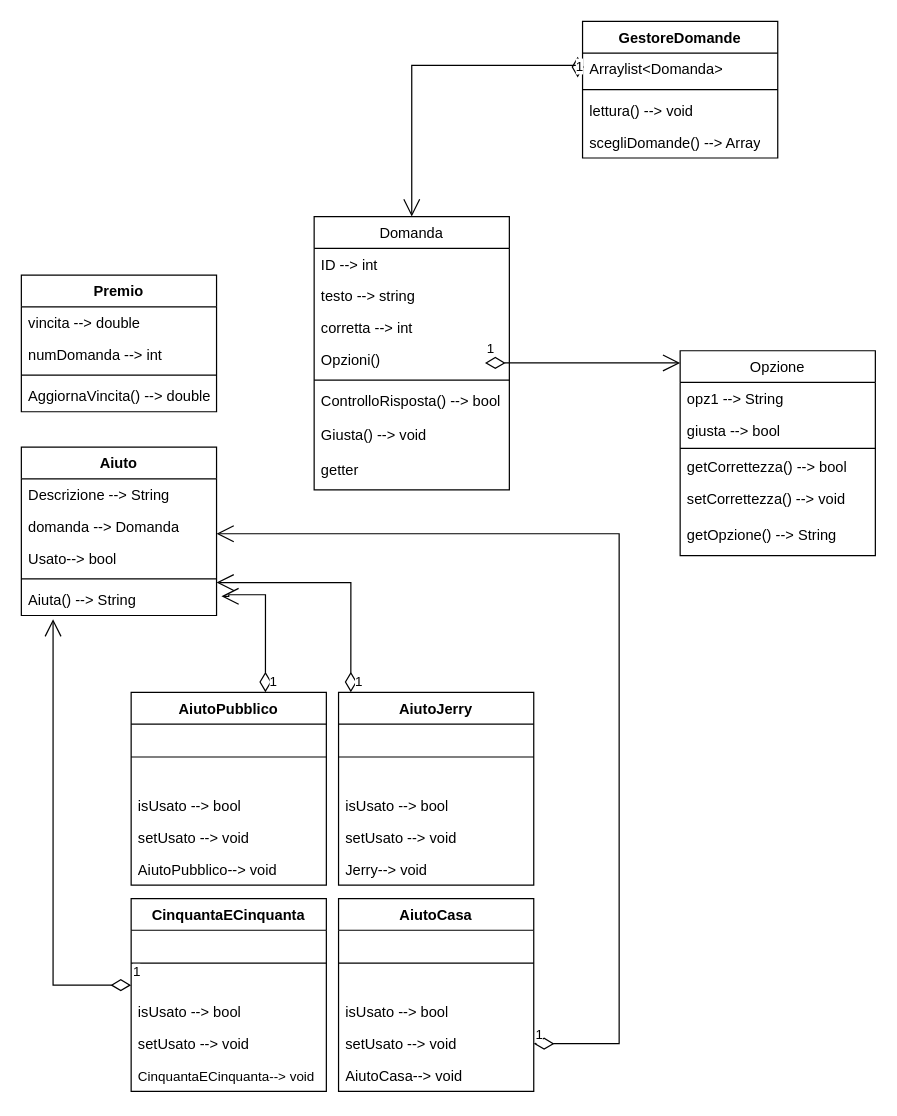
The draw.io diagram Diagramma delle classi.drawio in FilloCaprari/Progetto-Info, before the edit. Source tidied: cells renumbered, new cells numbered last; positions are measured from the earlier drawing's top-left corner, leaving out a move shared by most shapes. Both pictures are drawn from the tidied source at 122%, with x=0, y=0 at pixel (21, 21).
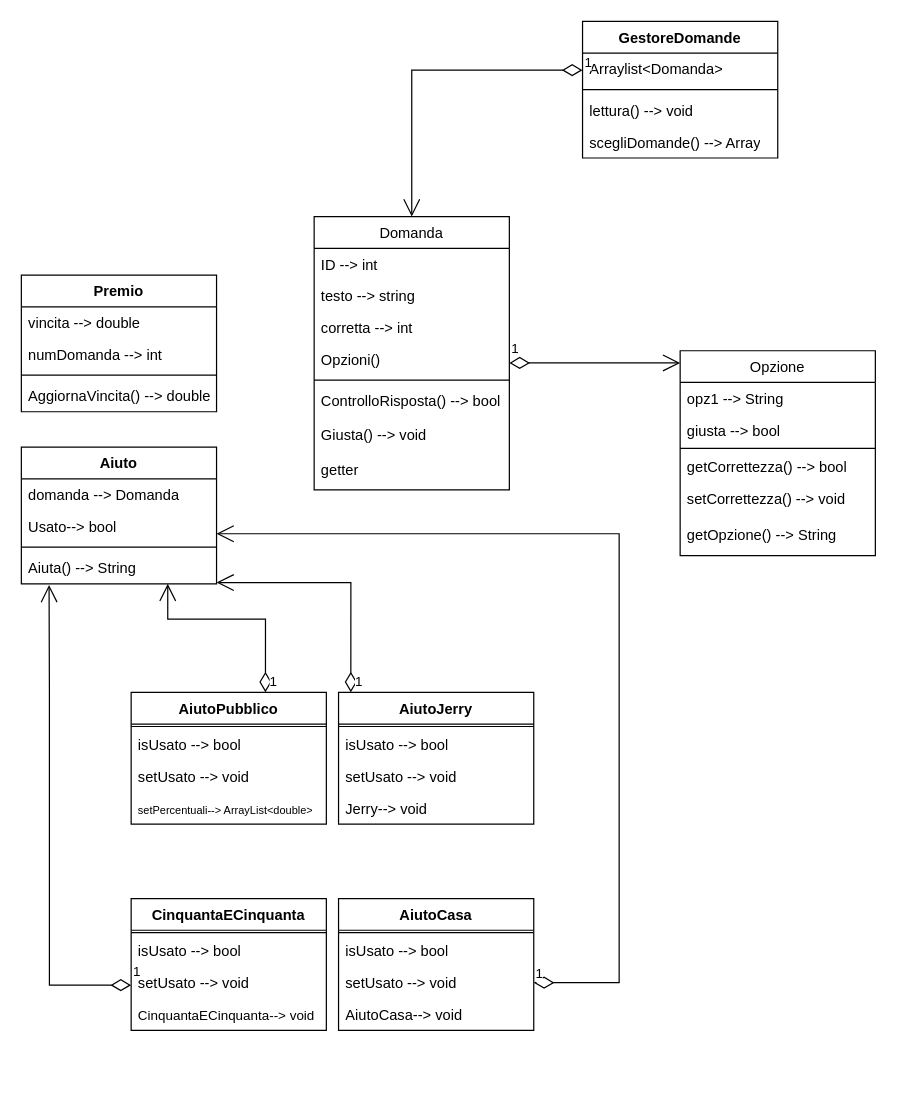
Above is the later version.

Commit message:
UPD Diagramma delle classi

Unchanged cells that the change refers to:
```xml
<mxCell id="2" value="Domanda" style="swimlane;fontStyle=0;align=center;verticalAlign=top;horizontal=1;startSize=26;rounded=0;shadow=0;strokeWidth=1;" parent="1" vertex="1">
  <mxGeometry x="240" y="160" width="160" height="224" as="geometry" />
</mxCell>
<mxCell id="31" value="Arraylist&amp;lt;Domanda&amp;gt;" style="text;strokeColor=none;fillColor=none;align=left;verticalAlign=top;spacingLeft=4;spacingRight=4;overflow=hidden;points=[[0,0.5],[1,0.5]];portConstraint=eastwest;whiteSpace=wrap;html=1;" parent="30" vertex="1">
  <mxGeometry y="26" width="160" height="26" as="geometry" />
</mxCell>
```

The edit, as a diff of the source:
```diff
@@
     <mxCell id="18" value="1" style="endArrow=open;html=1;endSize=12;startArrow=diamondThin;startSize=14;startFill=0;edgeStyle=orthogonalEdgeStyle;align=left;verticalAlign=bottom;rounded=0;" parent="1" edge="1">
       <mxGeometry x="-1" y="3" relative="1" as="geometry">
-        <mxPoint x="380" y="280" as="sourcePoint" />
+        <mxPoint x="400" y="280" as="sourcePoint" />
         <mxPoint x="540" y="280" as="targetPoint" />
       </mxGeometry>
     </mxCell>
@@
     <mxCell id="24" value="Aiuto" style="swimlane;fontStyle=1;align=center;verticalAlign=top;horizontal=1;startSize=26;whiteSpace=wrap;html=1;" parent="1" vertex="1">
-      <mxGeometry y="349" width="160" height="138" as="geometry" />
+      <mxGeometry y="349" width="160" height="112" as="geometry" />
     </mxCell>
-    <mxCell id="25" value="Descrizione --&amp;gt; String" style="text;strokeColor=none;fillColor=none;align=left;verticalAlign=top;spacingLeft=4;spacingRight=4;overflow=hidden;whiteSpace=wrap;html=1;" parent="24" vertex="1">
-      <mxGeometry y="26" width="160" height="26" as="geometry" />
-    </mxCell>
     <mxCell id="26" value="domanda --&amp;gt; Domanda" style="text;strokeColor=none;fillColor=none;align=left;verticalAlign=top;spacingLeft=4;spacingRight=4;overflow=hidden;whiteSpace=wrap;html=1;" parent="24" vertex="1">
-      <mxGeometry y="52" width="160" height="26" as="geometry" />
+      <mxGeometry y="26" width="160" height="26" as="geometry" />
     </mxCell>
     <mxCell id="27" value="Usato--&amp;gt; bool" style="text;strokeColor=none;fillColor=none;align=left;verticalAlign=top;spacingLeft=4;spacingRight=4;overflow=hidden;whiteSpace=wrap;html=1;" parent="24" vertex="1">
-      <mxGeometry y="78" width="160" height="26" as="geometry" />
+      <mxGeometry y="52" width="160" height="26" as="geometry" />
     </mxCell>
     <mxCell id="28" style="line;strokeWidth=1;fillColor=none;align=left;verticalAlign=middle;spacingTop=-1;spacingLeft=3;spacingRight=3;labelPosition=right;strokeColor=inherit;" parent="24" vertex="1">
-      <mxGeometry y="104" width="160" height="8" as="geometry" />
+      <mxGeometry y="78" width="160" height="8" as="geometry" />
     </mxCell>
     <mxCell id="29" value="Aiuta() --&amp;gt; String" style="text;strokeColor=none;fillColor=none;align=left;verticalAlign=top;spacingLeft=4;spacingRight=4;overflow=hidden;points=[[0,0.5],[1,0.5]];portConstraint=eastwest;whiteSpace=wrap;html=1;" parent="24" vertex="1">
-      <mxGeometry y="112" width="160" height="26" as="geometry" />
+      <mxGeometry y="86" width="160" height="26" as="geometry" />
     </mxCell>
@@
-    <mxCell id="35" value="1" style="endArrow=open;html=1;endSize=12;startArrow=diamondThin;startSize=14;startFill=0;edgeStyle=orthogonalEdgeStyle;align=left;verticalAlign=bottom;rounded=0;exitX=-0.025;exitY=0.769;exitDx=0;exitDy=0;exitPerimeter=0;entryX=0.5;entryY=0;entryDx=0;entryDy=0;" parent="1" edge="1" source="31" target="2">
+    <mxCell id="35" value="1" style="endArrow=open;html=1;endSize=12;startArrow=diamondThin;startSize=14;startFill=0;edgeStyle=orthogonalEdgeStyle;align=left;verticalAlign=bottom;rounded=0;entryX=0.5;entryY=0;entryDx=0;entryDy=0;" parent="1" edge="1" target="2">
       <mxGeometry x="-1" y="3" relative="1" as="geometry">
+        <mxPoint x="460" y="40" as="sourcePoint" />
         <Array as="points">
-          <mxPoint x="320" y="36" />
+          <mxPoint x="320" y="40" />
         </Array>
       </mxGeometry>
     </mxCell>
     <mxCell id="36" value="AiutoJerry" style="swimlane;fontStyle=1;align=center;verticalAlign=top;horizontal=1;startSize=26;whiteSpace=wrap;html=1;" parent="1" vertex="1">
-      <mxGeometry x="260" y="550" width="160" height="158" as="geometry" />
+      <mxGeometry x="260" y="550" width="160" height="108" as="geometry" />
     </mxCell>
     <mxCell id="37" style="line;strokeWidth=1;fillColor=none;align=left;verticalAlign=middle;spacingTop=-1;spacingLeft=3;spacingRight=3;labelPosition=right;strokeColor=inherit;" parent="36" vertex="1">
-      <mxGeometry y="26" width="160" height="54" as="geometry" />
+      <mxGeometry y="26" width="160" height="4" as="geometry" />
     </mxCell>
     <mxCell id="38" value="isUsato --&amp;gt; bool" style="text;strokeColor=none;fillColor=none;align=left;verticalAlign=top;spacingLeft=4;spacingRight=4;overflow=hidden;whiteSpace=wrap;html=1;" parent="36" vertex="1">
-      <mxGeometry y="80" width="160" height="26" as="geometry" />
+      <mxGeometry y="30" width="160" height="26" as="geometry" />
     </mxCell>
     <mxCell id="39" value="setUsato --&amp;gt; void" style="text;strokeColor=none;fillColor=none;align=left;verticalAlign=top;spacingLeft=4;spacingRight=4;overflow=hidden;whiteSpace=wrap;html=1;" parent="36" vertex="1">
-      <mxGeometry y="106" width="160" height="26" as="geometry" />
+      <mxGeometry y="56" width="160" height="26" as="geometry" />
     </mxCell>
     <mxCell id="40" value="Jerry--&amp;gt; void" style="text;strokeColor=none;fillColor=none;align=left;verticalAlign=top;spacingLeft=4;spacingRight=4;overflow=hidden;whiteSpace=wrap;html=1;" parent="36" vertex="1">
-      <mxGeometry y="132" width="160" height="26" as="geometry" />
+      <mxGeometry y="82" width="160" height="26" as="geometry" />
     </mxCell>
     <mxCell id="41" value="CinquantaECinquanta" style="swimlane;fontStyle=1;align=center;verticalAlign=top;horizontal=1;startSize=26;whiteSpace=wrap;html=1;" parent="1" vertex="1">
-      <mxGeometry x="90" y="719" width="160" height="158" as="geometry" />
+      <mxGeometry x="90" y="719" width="160" height="108" as="geometry" />
     </mxCell>
     <mxCell id="42" style="line;strokeWidth=1;fillColor=none;align=left;verticalAlign=middle;spacingTop=-1;spacingLeft=3;spacingRight=3;labelPosition=right;strokeColor=inherit;" parent="41" vertex="1">
-      <mxGeometry y="26" width="160" height="54" as="geometry" />
+      <mxGeometry y="26" width="160" height="4" as="geometry" />
     </mxCell>
     <mxCell id="43" value="isUsato --&amp;gt; bool" style="text;strokeColor=none;fillColor=none;align=left;verticalAlign=top;spacingLeft=4;spacingRight=4;overflow=hidden;whiteSpace=wrap;html=1;" parent="41" vertex="1">
-      <mxGeometry y="80" width="160" height="26" as="geometry" />
+      <mxGeometry y="30" width="160" height="26" as="geometry" />
     </mxCell>
     <mxCell id="44" value="setUsato --&amp;gt; void" style="text;strokeColor=none;fillColor=none;align=left;verticalAlign=top;spacingLeft=4;spacingRight=4;overflow=hidden;whiteSpace=wrap;html=1;" parent="41" vertex="1">
-      <mxGeometry y="106" width="160" height="26" as="geometry" />
+      <mxGeometry y="56" width="160" height="26" as="geometry" />
     </mxCell>
     <mxCell id="45" value="&lt;font style=&quot;font-size: 11px;&quot;&gt;CinquantaECinquanta--&amp;gt; void&lt;/font&gt;" style="text;strokeColor=none;fillColor=none;align=left;verticalAlign=top;spacingLeft=4;spacingRight=4;overflow=hidden;whiteSpace=wrap;html=1;" parent="41" vertex="1">
-      <mxGeometry y="132" width="160" height="26" as="geometry" />
+      <mxGeometry y="82" width="160" height="26" as="geometry" />
     </mxCell>
     <mxCell id="46" value="AiutoCasa" style="swimlane;fontStyle=1;align=center;verticalAlign=top;horizontal=1;startSize=26;whiteSpace=wrap;html=1;" parent="1" vertex="1">
-      <mxGeometry x="260" y="719" width="160" height="158" as="geometry" />
+      <mxGeometry x="260" y="719" width="160" height="108" as="geometry" />
     </mxCell>
     <mxCell id="47" style="line;strokeWidth=1;fillColor=none;align=left;verticalAlign=middle;spacingTop=-1;spacingLeft=3;spacingRight=3;labelPosition=right;strokeColor=inherit;" parent="46" vertex="1">
-      <mxGeometry y="26" width="160" height="54" as="geometry" />
+      <mxGeometry y="26" width="160" height="4" as="geometry" />
     </mxCell>
     <mxCell id="48" value="isUsato --&amp;gt; bool" style="text;strokeColor=none;fillColor=none;align=left;verticalAlign=top;spacingLeft=4;spacingRight=4;overflow=hidden;whiteSpace=wrap;html=1;" parent="46" vertex="1">
-      <mxGeometry y="80" width="160" height="26" as="geometry" />
+      <mxGeometry y="30" width="160" height="26" as="geometry" />
     </mxCell>
     <mxCell id="49" value="setUsato --&amp;gt; void" style="text;strokeColor=none;fillColor=none;align=left;verticalAlign=top;spacingLeft=4;spacingRight=4;overflow=hidden;points=[[0,0.5],[1,0.5]];portConstraint=eastwest;whiteSpace=wrap;html=1;" parent="46" vertex="1">
-      <mxGeometry y="106" width="160" height="26" as="geometry" />
+      <mxGeometry y="56" width="160" height="26" as="geometry" />
     </mxCell>
     <mxCell id="50" value="&lt;font style=&quot;font-size: 12px;&quot;&gt;AiutoCasa--&amp;gt; void&lt;/font&gt;" style="text;strokeColor=none;fillColor=none;align=left;verticalAlign=top;spacingLeft=4;spacingRight=4;overflow=hidden;whiteSpace=wrap;html=1;" parent="46" vertex="1">
-      <mxGeometry y="132" width="160" height="26" as="geometry" />
+      <mxGeometry y="82" width="160" height="26" as="geometry" />
     </mxCell>
     <mxCell id="51" value="AiutoPubblico" style="swimlane;fontStyle=1;align=center;verticalAlign=top;horizontal=1;startSize=26;whiteSpace=wrap;html=1;" parent="1" vertex="1">
-      <mxGeometry x="90" y="550" width="160" height="158" as="geometry" />
+      <mxGeometry x="90" y="550" width="160" height="108" as="geometry" />
     </mxCell>
     <mxCell id="52" style="line;strokeWidth=1;fillColor=none;align=left;verticalAlign=middle;spacingTop=-1;spacingLeft=3;spacingRight=3;labelPosition=right;strokeColor=inherit;" parent="51" vertex="1">
-      <mxGeometry y="26" width="160" height="54" as="geometry" />
+      <mxGeometry y="26" width="160" height="4" as="geometry" />
     </mxCell>
     <mxCell id="53" value="isUsato --&amp;gt; bool" style="text;strokeColor=none;fillColor=none;align=left;verticalAlign=top;spacingLeft=4;spacingRight=4;overflow=hidden;whiteSpace=wrap;html=1;" parent="51" vertex="1">
-      <mxGeometry y="80" width="160" height="26" as="geometry" />
+      <mxGeometry y="30" width="160" height="26" as="geometry" />
     </mxCell>
     <mxCell id="54" value="setUsato --&amp;gt; void" style="text;strokeColor=none;fillColor=none;align=left;verticalAlign=top;spacingLeft=4;spacingRight=4;overflow=hidden;whiteSpace=wrap;html=1;" parent="51" vertex="1">
-      <mxGeometry y="106" width="160" height="26" as="geometry" />
+      <mxGeometry y="56" width="160" height="26" as="geometry" />
     </mxCell>
-    <mxCell id="55" value="&lt;font style=&quot;font-size: 12px;&quot;&gt;AiutoPubblico--&amp;gt; void&lt;/font&gt;" style="text;strokeColor=none;fillColor=none;align=left;verticalAlign=top;spacingLeft=4;spacingRight=4;overflow=hidden;whiteSpace=wrap;html=1;" parent="51" vertex="1">
-      <mxGeometry y="132" width="160" height="26" as="geometry" />
+    <mxCell id="55" value="&lt;font style=&quot;font-size: 9px;&quot;&gt;setPercentuali--&amp;gt; ArrayList&amp;lt;double&amp;gt;&lt;/font&gt;" style="text;strokeColor=none;fillColor=none;align=left;verticalAlign=top;spacingLeft=4;spacingRight=4;overflow=hidden;whiteSpace=wrap;html=1;" parent="51" vertex="1">
+      <mxGeometry y="82" width="160" height="26" as="geometry" />
     </mxCell>
@@
-    <mxCell id="57" value="1" style="endArrow=open;html=1;endSize=12;startArrow=diamondThin;startSize=14;startFill=0;edgeStyle=orthogonalEdgeStyle;align=left;verticalAlign=bottom;rounded=0;exitX=0.688;exitY=0;exitDx=0;exitDy=0;exitPerimeter=0;entryX=1.025;entryY=0.397;entryDx=0;entryDy=0;entryPerimeter=0;" parent="1" edge="1" source="51" target="29">
+    <mxCell id="57" value="1" style="endArrow=open;html=1;endSize=12;startArrow=diamondThin;startSize=14;startFill=0;edgeStyle=orthogonalEdgeStyle;align=left;verticalAlign=bottom;rounded=0;exitX=0.688;exitY=0;exitDx=0;exitDy=0;exitPerimeter=0;" parent="1" edge="1" source="51" target="29">
       <mxGeometry x="-1" y="-2" relative="1" as="geometry">
         <Array as="points">
-          <mxPoint x="200" y="470" />
-          <mxPoint x="170" y="470" />
-          <mxPoint x="170" y="471" />
+          <mxPoint x="200" y="490" />
+          <mxPoint x="120" y="490" />
         </Array>
       </mxGeometry>
     </mxCell>
-    <mxCell id="58" value="1" style="endArrow=open;html=1;endSize=12;startArrow=diamondThin;startSize=14;startFill=0;edgeStyle=orthogonalEdgeStyle;align=left;verticalAlign=bottom;rounded=0;" parent="1" edge="1">
+    <mxCell id="58" value="1" style="endArrow=open;html=1;endSize=12;startArrow=diamondThin;startSize=14;startFill=0;edgeStyle=orthogonalEdgeStyle;align=left;verticalAlign=bottom;rounded=0;entryX=0.142;entryY=1.037;entryDx=0;entryDy=0;entryPerimeter=0;" parent="1" edge="1" target="29">
       <mxGeometry x="-1" y="-2" relative="1" as="geometry">
         <mxPoint x="90" y="790" as="sourcePoint" />
-        <mxPoint x="26" y="490" as="targetPoint" />
         <Array as="points">
-          <mxPoint x="26" y="551" />
-          <mxPoint x="26" y="551" />
+          <mxPoint x="23" y="790" />
+          <mxPoint x="23" y="551" />
+          <mxPoint x="23" y="551" />
         </Array>
       </mxGeometry>
     </mxCell>
     <mxCell id="59" value="1" style="endArrow=open;html=1;endSize=12;startArrow=diamondThin;startSize=14;startFill=0;edgeStyle=orthogonalEdgeStyle;align=left;verticalAlign=bottom;rounded=0;exitX=1;exitY=0.5;exitDx=0;exitDy=0;" parent="1" edge="1" source="49">
       <mxGeometry x="-1" y="-2" relative="1" as="geometry">
         <mxPoint x="160" y="420" as="targetPoint" />
         <Array as="points">
-          <mxPoint x="490" y="838" />
+          <mxPoint x="490" y="788" />
           <mxPoint x="490" y="420" />
         </Array>
       </mxGeometry>
     </mxCell>
```
